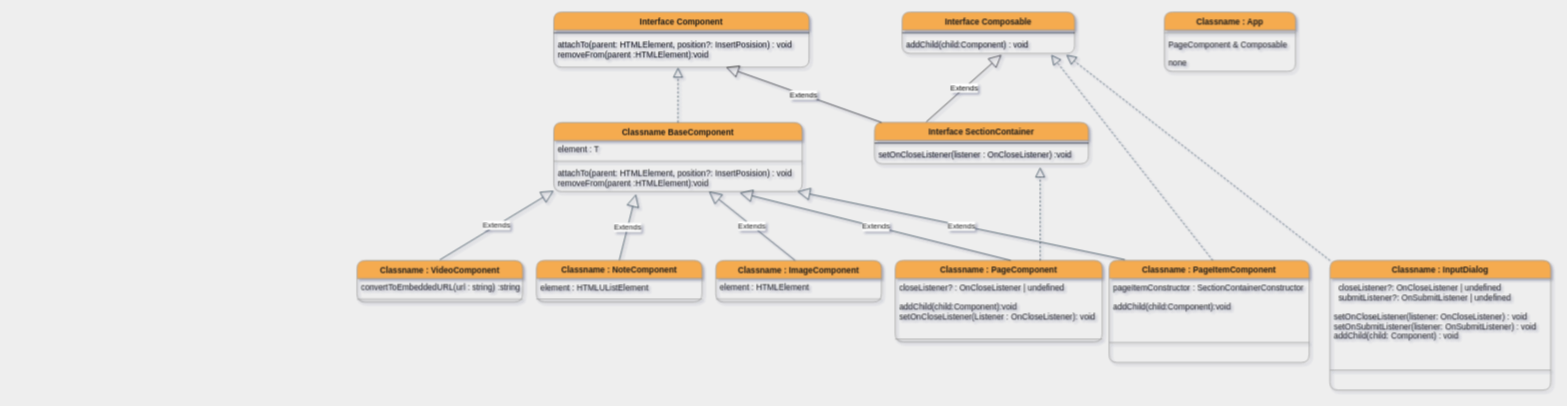
Above: ClassDiagram/draw.io/class-diagram-motion-initialPage.drawio in goldmayo/Motion (draw.io), before the change. Source tidied: cells renumbered, new cells numbered last; positions are measured from the earlier drawing's top-left corner, leaving out a move shared by most shapes. Both pictures are drawn from the tidied source at 69%, with x=0, y=0 at pixel (357, 12).
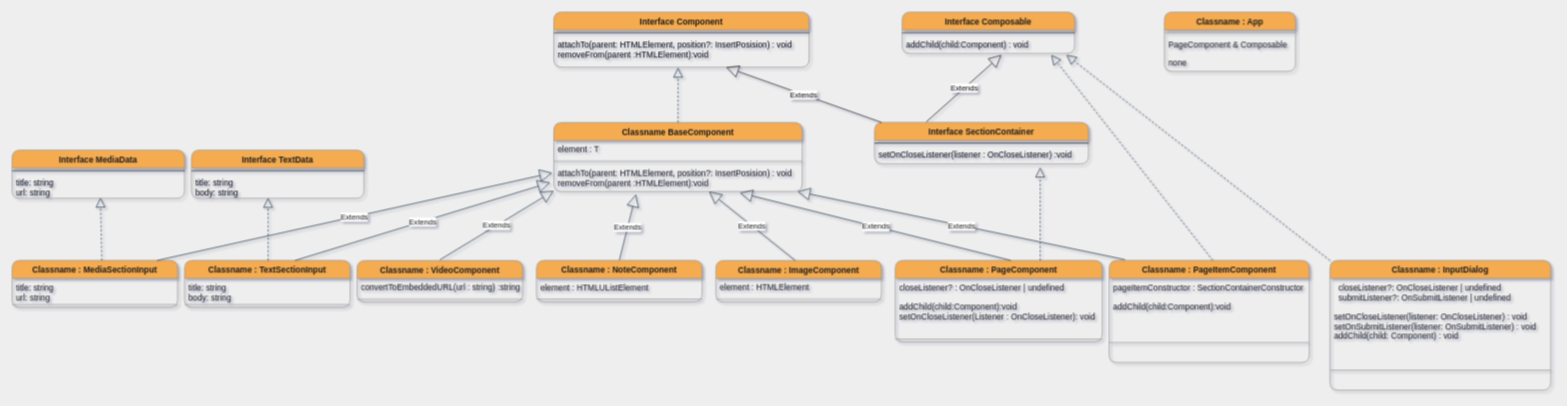
After the change.

Commit message (it also covers changes not shown here):
update diagram, add styles

The change refers to these unchanged cells:
```xml
<mxCell id="15" value="attachTo(parent: HTMLElement, position?: InsertPosision) : void&#10;removeFrom(parent :HTMLElement):void" style="text;strokeColor=none;fillColor=none;align=left;verticalAlign=top;spacingLeft=4;spacingRight=4;overflow=hidden;points=[[0,0.5],[1,0.5]];portConstraint=eastwest;fontColor=#1A1A1A;" parent="12" vertex="1">
  <mxGeometry y="60" width="360" height="40" as="geometry" />
</mxCell>
```

Change to the diagram source:
```diff
@@
+    <mxCell id="48" value="Classname : MediaSectionInput" style="swimlane;fontStyle=1;align=center;verticalAlign=top;horizontal=1;startSize=26;rounded=1;strokeColor=#909090;fillColor=#F5AB50;fontColor=#1A1A1A;" parent="1" vertex="1">
+      <mxGeometry x="-500" y="360" width="240" height="68" as="geometry" />
+    </mxCell>
+    <mxCell id="49" value="title: string&#10;url: string" style="text;strokeColor=none;fillColor=none;align=left;verticalAlign=top;spacingLeft=4;spacingRight=4;overflow=hidden;fontColor=#1A1A1A;" parent="48" vertex="1">
+      <mxGeometry y="26" width="240" height="34" as="geometry" />
+    </mxCell>
+    <mxCell id="50" style="line;strokeWidth=1;fillColor=none;align=left;verticalAlign=middle;spacingTop=-1;spacingLeft=3;spacingRight=3;labelPosition=right;strokeColor=#909090;fontColor=#1A1A1A;labelBackgroundColor=#EEEEEE;" parent="48" vertex="1">
+      <mxGeometry y="60" width="240" height="8" as="geometry" />
+    </mxCell>
+    <mxCell id="51" value="Classname : TextSectionInput" style="swimlane;fontStyle=1;align=center;verticalAlign=top;horizontal=1;startSize=26;rounded=1;strokeColor=#909090;fillColor=#F5AB50;fontColor=#1A1A1A;" parent="1" vertex="1">
+      <mxGeometry x="-250" y="360" width="240" height="68" as="geometry" />
+    </mxCell>
+    <mxCell id="52" value="title: string&#10;body: string" style="text;strokeColor=none;fillColor=none;align=left;verticalAlign=top;spacingLeft=4;spacingRight=4;overflow=hidden;fontColor=#1A1A1A;" parent="51" vertex="1">
+      <mxGeometry y="26" width="240" height="34" as="geometry" />
+    </mxCell>
+    <mxCell id="53" style="line;strokeWidth=1;fillColor=none;align=left;verticalAlign=middle;spacingTop=-1;spacingLeft=3;spacingRight=3;labelPosition=right;strokeColor=#909090;fontColor=#1A1A1A;labelBackgroundColor=#EEEEEE;" parent="51" vertex="1">
+      <mxGeometry y="60" width="240" height="8" as="geometry" />
+    </mxCell>
+    <mxCell id="54" style="endArrow=block;dashed=1;endFill=0;endSize=12;html=1;fontColor=#1A1A1A;strokeColor=#182E3E;entryX=0.444;entryY=0.972;entryDx=0;entryDy=0;entryPerimeter=0;" parent="1" edge="1" target="58">
+      <mxGeometry relative="1" as="geometry">
+        <mxPoint x="-129" y="360" as="sourcePoint" />
+      </mxGeometry>
+    </mxCell>
+    <mxCell id="55" style="endArrow=block;dashed=1;endFill=0;endSize=12;html=1;fontColor=#1A1A1A;strokeColor=#182E3E;exitX=0.5;exitY=0;exitDx=0;exitDy=0;entryX=0.512;entryY=0.962;entryDx=0;entryDy=0;entryPerimeter=0;" parent="1" edge="1" target="61">
+      <mxGeometry relative="1" as="geometry">
+        <mxPoint x="-370" y="360" as="sourcePoint" />
+      </mxGeometry>
+    </mxCell>
+    <mxCell id="56" value="Interface TextData" style="swimlane;fontStyle=1;align=center;verticalAlign=top;horizontal=1;startSize=26;rounded=1;sketch=0;fontColor=#1A1A1A;strokeColor=#909090;fillColor=#F5AB50;" parent="1" vertex="1">
+      <mxGeometry x="-240" y="200" width="250" height="70" as="geometry" />
+    </mxCell>
+    <mxCell id="57" style="line;strokeWidth=1;fillColor=none;align=left;verticalAlign=middle;spacingTop=-1;spacingLeft=3;spacingRight=3;labelPosition=right;" parent="56" vertex="1">
+      <mxGeometry y="26" width="250" height="8" as="geometry" />
+    </mxCell>
+    <mxCell id="58" value="title: string&#10;body: string" style="text;strokeColor=none;fillColor=none;align=left;verticalAlign=top;spacingLeft=4;spacingRight=4;overflow=hidden;points=[[0,0.5],[1,0.5]];portConstraint=eastwest;" parent="56" vertex="1">
+      <mxGeometry y="34" width="250" height="36" as="geometry" />
+    </mxCell>
+    <mxCell id="59" value="Interface MediaData" style="swimlane;fontStyle=1;align=center;verticalAlign=top;horizontal=1;startSize=26;rounded=1;sketch=0;fontColor=#1A1A1A;strokeColor=#909090;fillColor=#F5AB50;" parent="1" vertex="1">
+      <mxGeometry x="-500" y="200" width="250" height="70" as="geometry" />
+    </mxCell>
+    <mxCell id="60" style="line;strokeWidth=1;fillColor=none;align=left;verticalAlign=middle;spacingTop=-1;spacingLeft=3;spacingRight=3;labelPosition=right;" parent="59" vertex="1">
+      <mxGeometry y="26" width="250" height="8" as="geometry" />
+    </mxCell>
+    <mxCell id="61" value="title: string&#10;url: string" style="text;strokeColor=none;fillColor=none;align=left;verticalAlign=top;spacingLeft=4;spacingRight=4;overflow=hidden;points=[[0,0.5],[1,0.5]];portConstraint=eastwest;" parent="59" vertex="1">
+      <mxGeometry y="34" width="250" height="36" as="geometry" />
+    </mxCell>
+    <mxCell id="62" value="Extends" style="endArrow=block;endSize=16;endFill=0;html=1;fontColor=#1A1A1A;strokeColor=#182E3E;entryX=-0.006;entryY=0.325;entryDx=0;entryDy=0;entryPerimeter=0;" parent="1" edge="1" target="15">
+      <mxGeometry relative="1" as="geometry">
+        <mxPoint x="-290" y="360" as="sourcePoint" />
+      </mxGeometry>
+    </mxCell>
+    <mxCell id="63" value="Extends" style="endArrow=block;endSize=16;endFill=0;html=1;fontColor=#1A1A1A;strokeColor=#182E3E;entryX=-0.014;entryY=0.675;entryDx=0;entryDy=0;entryPerimeter=0;" parent="1" edge="1" target="15">
+      <mxGeometry relative="1" as="geometry">
+        <mxPoint x="-90" y="360" as="sourcePoint" />
+      </mxGeometry>
+    </mxCell>
```
